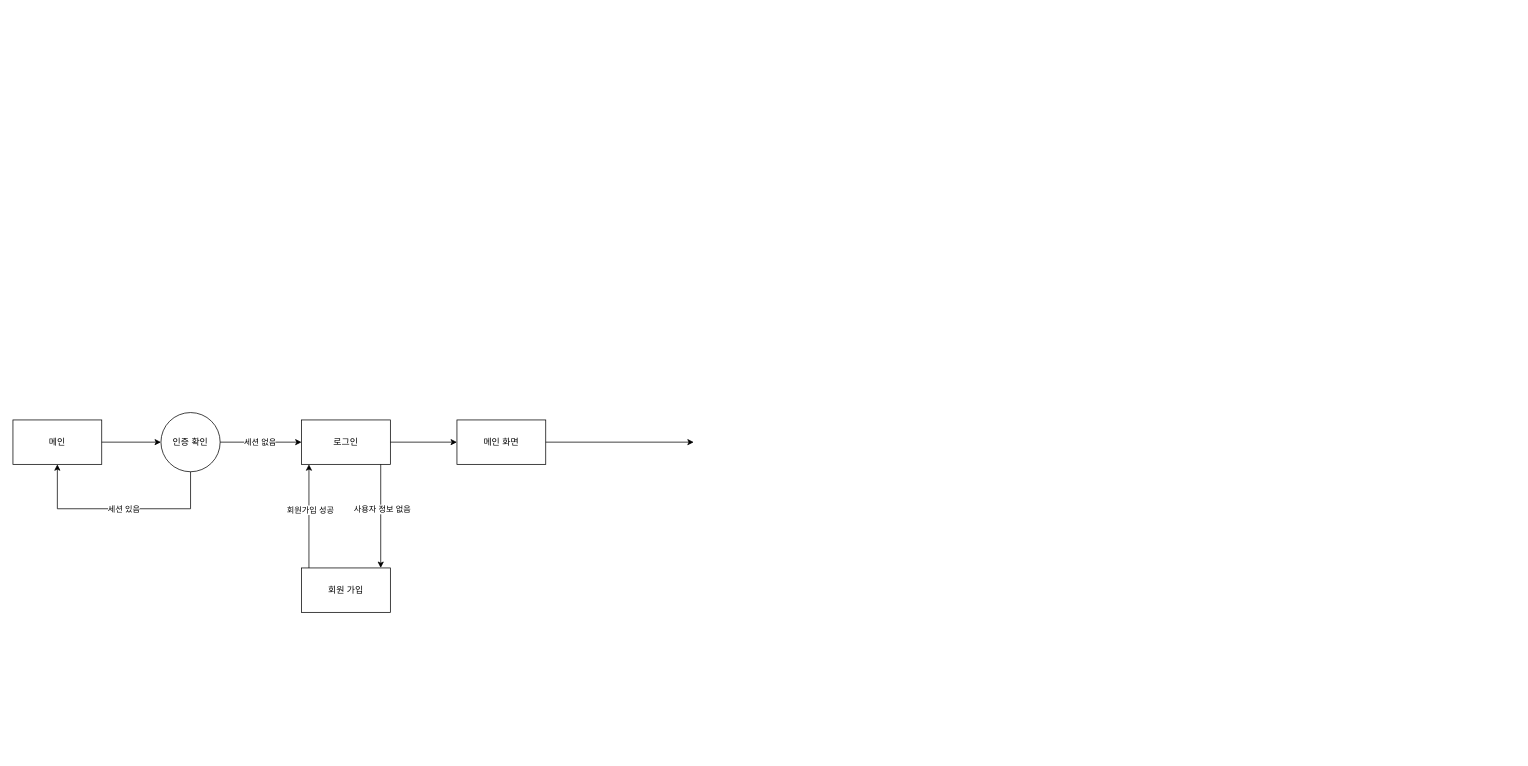
Earlier version of the draw.io diagram 제목 없는 다이어그램.drawio (ordem-yoo/my_diagram). Source tidied: cells renumbered, new cells numbered last; positions are measured from the earlier drawing's top-left corner, leaving out a move shared by most shapes. Both pictures are drawn from the tidied source at 74%, with x=0, y=0 at pixel (13, 412).
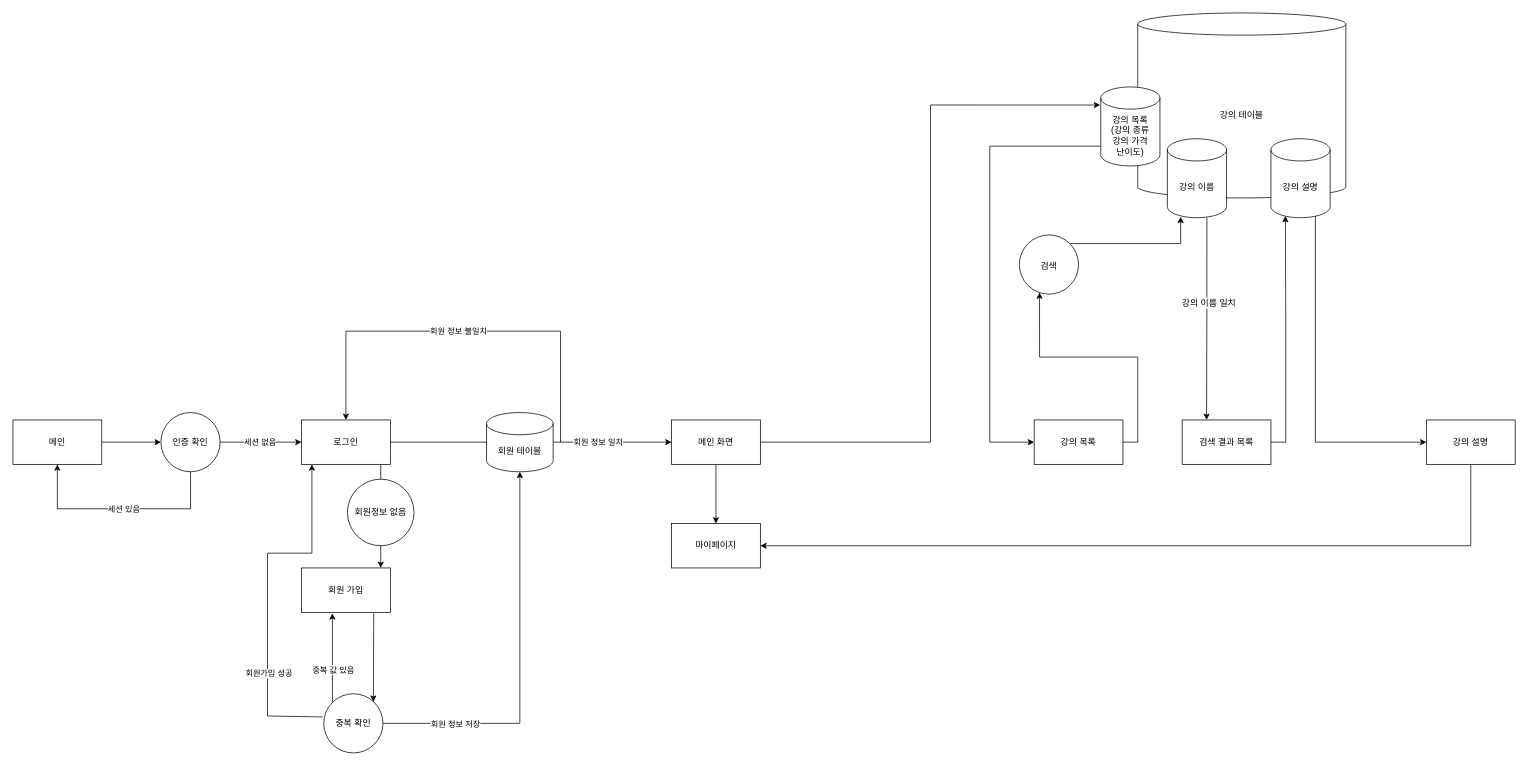
The same diagram, later.

Unchanged cells that the change refers to:
```xml
<mxCell id="3" value="로그인" style="rounded=0;whiteSpace=wrap;html=1;" parent="1" vertex="1">
  <mxGeometry x="390" y="10" width="120" height="60" as="geometry" />
</mxCell>
<mxCell id="4" value="회원 가입" style="rounded=0;whiteSpace=wrap;html=1;" parent="1" vertex="1">
  <mxGeometry x="390" y="210" width="120" height="60" as="geometry" />
</mxCell>
<mxCell id="11" style="endArrow=classic;html=1;rounded=0;exitX=0.5;exitY=1;exitDx=0;exitDy=0;entryX=0.5;entryY=0;entryDx=0;entryDy=0;" parent="1" edge="1">
  <mxGeometry relative="1" as="geometry">
    <mxPoint x="497" y="70" as="sourcePoint" />
    <mxPoint x="497" y="210" as="targetPoint" />
  </mxGeometry>
</mxCell>
```

What changed in the source:
```diff
@@
-    <mxCell id="12" value="사용자 정보 없음" style="edgeLabel;html=1;align=center;verticalAlign=middle;" parent="11" vertex="1">
-      <mxGeometry x="-0.09" y="1" relative="1" as="geometry">
-        <mxPoint y="-4" as="offset" />
-      </mxGeometry>
-    </mxCell>
-    <mxCell id="13" style="endArrow=classic;html=1;rounded=0;exitX=0.25;exitY=0;exitDx=0;exitDy=0;entryX=0.25;entryY=1;entryDx=0;entryDy=0;" parent="1" edge="1">
+    <mxCell id="13" style="endArrow=classic;html=1;rounded=0;entryX=0.25;entryY=1;entryDx=0;entryDy=0;exitX=-0.018;exitY=0.392;exitDx=0;exitDy=0;exitPerimeter=0;" parent="1" edge="1" source="20">
       <mxGeometry relative="1" as="geometry">
-        <mxPoint x="400" y="210" as="sourcePoint" />
-        <mxPoint x="400" y="70" as="targetPoint" />
+        <mxPoint x="404" y="70" as="targetPoint" />
+        <Array as="points">
+          <mxPoint x="344" y="410" />
+          <mxPoint x="344" y="190" />
+          <mxPoint x="404" y="190" />
+        </Array>
       </mxGeometry>
     </mxCell>
     <mxCell id="14" value="회원가입 성공" style="edgeLabel;html=1;align=center;verticalAlign=middle;" parent="13" vertex="1">
-      <mxGeometry x="0.13" y="-1" relative="1" as="geometry" />
+      <mxGeometry x="0.13" y="-1" relative="1" as="geometry">
+        <mxPoint y="136" as="offset" />
+      </mxGeometry>
     </mxCell>
+    <mxCell id="18" style="edgeStyle=orthogonalEdgeStyle;rounded=0;jettySize=auto;html=1;" parent="1" edge="1" source="15" target="41">
+      <mxGeometry relative="1" as="geometry" />
+    </mxCell>
+    <mxCell id="19" style="edgeStyle=orthogonalEdgeStyle;rounded=0;jettySize=auto;html=1;exitX=1;exitY=0.5;exitDx=0;exitDy=0;entryX=-0.01;entryY=0.229;entryDx=0;entryDy=0;entryPerimeter=0;" parent="1" edge="1" source="15" target="45">
+      <mxGeometry relative="1" as="geometry" />
+    </mxCell>
     <mxCell id="15" value="메인 화면" style="rounded=0;whiteSpace=wrap;html=1;" parent="1" vertex="1">
-      <mxGeometry x="600" y="10" width="120" height="60" as="geometry" />
+      <mxGeometry x="890" y="10" width="120" height="60" as="geometry" />
     </mxCell>
+    <mxCell id="20" value="중복 확인" style="ellipse;whiteSpace=wrap;html=1;" parent="1" vertex="1">
+      <mxGeometry x="420" y="380" width="80" height="80" as="geometry" />
+    </mxCell>
+    <mxCell id="21" style="endArrow=classic;html=1;rounded=0;exitX=0.813;exitY=1.022;exitDx=0;exitDy=0;exitPerimeter=0;entryX=0.838;entryY=0.136;entryDx=0;entryDy=0;entryPerimeter=0;" parent="1" edge="1" source="4" target="20">
+      <mxGeometry relative="1" as="geometry" />
+    </mxCell>
+    <mxCell id="22" style="endArrow=classic;html=1;rounded=0;exitX=0;exitY=0;exitDx=0;exitDy=0;entryX=0.347;entryY=1.022;entryDx=0;entryDy=0;entryPerimeter=0;" parent="1" edge="1" source="20" target="4">
+      <mxGeometry relative="1" as="geometry" />
+    </mxCell>
+    <mxCell id="23" value="중복 값 있음" style="edgeLabel;html=1;align=center;verticalAlign=middle;" parent="22" vertex="1">
+      <mxGeometry x="-0.27" y="-1" relative="1" as="geometry" />
+    </mxCell>
@@
-    <mxCell id="17" style="endArrow=classic;html=1;rounded=0;exitX=1;exitY=0.5;exitDx=0;exitDy=0;" parent="1" edge="1" source="15">
-      <mxGeometry relative="1" as="geometry">
-        <mxPoint x="920" y="40" as="targetPoint" />
-      </mxGeometry>
-    </mxCell>
+    <mxCell id="24" value="회원 테이블" style="shape=cylinder3;whiteSpace=wrap;html=1;boundedLbl=1;backgroundOutline=1;size=15;" parent="1" vertex="1">
+      <mxGeometry x="640" width="90" height="80" as="geometry" />
+    </mxCell>
+    <mxCell id="25" style="endArrow=classic;html=1;rounded=0;entryX=0.5;entryY=1;entryDx=0;entryDy=0;entryPerimeter=0;exitX=1;exitY=0.5;exitDx=0;exitDy=0;" parent="1" edge="1" source="20" target="24">
+      <mxGeometry relative="1" as="geometry">
+        <Array as="points">
+          <mxPoint x="685" y="420" />
+        </Array>
+      </mxGeometry>
+    </mxCell>
+    <mxCell id="26" value="회원 정보 저장" style="edgeLabel;html=1;align=center;verticalAlign=middle;" parent="25" vertex="1">
+      <mxGeometry x="-0.62" y="-3" relative="1" as="geometry">
+        <mxPoint x="-3" y="-2" as="offset" />
+      </mxGeometry>
+    </mxCell>
+    <mxCell id="27" style="edgeStyle=orthogonalEdgeStyle;rounded=0;jettySize=auto;html=1;exitX=1;exitY=0.5;exitDx=0;exitDy=0;entryX=0.341;entryY=0.972;entryDx=0;entryDy=0;entryPerimeter=0;fontSize=16;" parent="1" edge="1" source="28" target="47">
+      <mxGeometry relative="1" as="geometry" />
+    </mxCell>
+    <mxCell id="28" value="강의 목록" style="whiteSpace=wrap;html=1;rounded=0;" parent="1" vertex="1">
+      <mxGeometry x="1380" y="10" width="120" height="60" as="geometry" />
+    </mxCell>
+    <mxCell id="29" style="edgeStyle=orthogonalEdgeStyle;rounded=0;jettySize=auto;html=1;exitX=1;exitY=0.5;exitDx=0;exitDy=0;entryX=0.244;entryY=0.977;entryDx=0;entryDy=0;entryPerimeter=0;" parent="1" edge="1" source="30" target="44">
+      <mxGeometry relative="1" as="geometry" />
+    </mxCell>
+    <mxCell id="30" value="검색 결과 목록" style="whiteSpace=wrap;html=1;rounded=0;" parent="1" vertex="1">
+      <mxGeometry x="1580" y="10" width="120" height="60" as="geometry" />
+    </mxCell>
+    <mxCell id="31" style="edgeStyle=orthogonalEdgeStyle;rounded=0;jettySize=auto;html=1;exitX=0.02;exitY=0.763;exitDx=0;exitDy=0;exitPerimeter=0;entryX=0;entryY=0.5;entryDx=0;entryDy=0;" parent="1" edge="1" source="45" target="28">
+      <mxGeometry relative="1" as="geometry">
+        <Array as="points">
+          <mxPoint x="1472" y="-360" />
+          <mxPoint x="1320" y="-360" />
+          <mxPoint x="1320" y="40" />
+        </Array>
+      </mxGeometry>
+    </mxCell>
+    <mxCell id="32" style="edgeStyle=orthogonalEdgeStyle;rounded=0;jettySize=auto;html=1;exitX=0.766;exitY=0.972;exitDx=0;exitDy=0;exitPerimeter=0;entryX=0;entryY=0.5;entryDx=0;entryDy=0;" parent="1" edge="1" source="44" target="36">
+      <mxGeometry relative="1" as="geometry">
+        <Array as="points">
+          <mxPoint x="1760" y="-266" />
+          <mxPoint x="1760" y="40" />
+        </Array>
+      </mxGeometry>
+    </mxCell>
+    <mxCell id="33" style="edgeStyle=orthogonalEdgeStyle;rounded=0;jettySize=auto;html=1;exitX=0.668;exitY=0.999;exitDx=0;exitDy=0;exitPerimeter=0;" parent="1" edge="1" source="43">
+      <mxGeometry relative="1" as="geometry">
+        <mxPoint x="1613" y="10" as="targetPoint" />
+        <Array as="points">
+          <mxPoint x="1613" y="-140" />
+          <mxPoint x="1613" y="10" />
+        </Array>
+      </mxGeometry>
+    </mxCell>
+    <mxCell id="34" value="강의 이름 일치" style="edgeLabel;html=1;align=center;verticalAlign=middle;fontSize=12;" parent="33" vertex="1">
+      <mxGeometry x="-0.16" y="2" relative="1" as="geometry" />
+    </mxCell>
+    <mxCell id="35" value="강의 테이블" style="shape=cylinder3;whiteSpace=wrap;html=1;boundedLbl=1;backgroundOutline=1;size=15;" parent="1" vertex="1">
+      <mxGeometry x="1520" y="-540" width="281.2" height="250" as="geometry" />
+    </mxCell>
+    <mxCell id="36" value="강의 설명" style="whiteSpace=wrap;html=1;rounded=0;" parent="1" vertex="1">
+      <mxGeometry x="1910" y="10" width="120" height="60" as="geometry" />
+    </mxCell>
+    <mxCell id="37" style="endArrow=classic;html=1;rounded=0;entryX=0.5;entryY=0;entryDx=0;entryDy=0;" parent="1" edge="1" target="3">
+      <mxGeometry relative="1" as="geometry">
+        <mxPoint x="740" y="40" as="sourcePoint" />
+        <Array as="points">
+          <mxPoint x="740" y="-110" />
+          <mxPoint x="450" y="-110" />
+        </Array>
+      </mxGeometry>
+    </mxCell>
+    <mxCell id="38" value="회원 정보 불일치" style="edgeLabel;html=1;align=center;verticalAlign=middle;" parent="37" vertex="1">
+      <mxGeometry x="0.15" y="-1" relative="1" as="geometry">
+        <mxPoint x="33" as="offset" />
+      </mxGeometry>
+    </mxCell>
+    <mxCell id="39" value="회원 정보 일치" style="edgeLabel;html=1;align=center;verticalAlign=middle;" parent="1" vertex="1">
+      <mxGeometry x="790" y="40" as="geometry" />
+    </mxCell>
+    <mxCell id="40" value="회원정보 없음" style="ellipse;whiteSpace=wrap;html=1;" parent="1" vertex="1">
+      <mxGeometry x="452" y="90" width="90" height="90" as="geometry" />
+    </mxCell>
+    <mxCell id="41" value="마이페이지" style="rounded=0;whiteSpace=wrap;html=1;" parent="1" vertex="1">
+      <mxGeometry x="890" y="150" width="120" height="60" as="geometry" />
+    </mxCell>
+    <mxCell id="42" style="endArrow=classic;html=1;rounded=0;exitX=0.5;exitY=1;exitDx=0;exitDy=0;entryX=1;entryY=0.5;entryDx=0;entryDy=0;" parent="1" edge="1" source="36" target="41">
+      <mxGeometry relative="1" as="geometry">
+        <Array as="points">
+          <mxPoint x="1970" y="180" />
+        </Array>
+      </mxGeometry>
+    </mxCell>
+    <mxCell id="43" value="강의 이름" style="shape=cylinder3;whiteSpace=wrap;html=1;boundedLbl=1;backgroundOutline=1;size=15;" parent="1" vertex="1">
+      <mxGeometry x="1560" y="-370" width="80" height="106.7" as="geometry" />
+    </mxCell>
+    <mxCell id="44" value="강의 설명" style="shape=cylinder3;whiteSpace=wrap;html=1;boundedLbl=1;backgroundOutline=1;size=15;" parent="1" vertex="1">
+      <mxGeometry x="1700" y="-370" width="80" height="106.7" as="geometry" />
+    </mxCell>
+    <mxCell id="45" value="강의 목록&lt;br&gt;(강의 종류&lt;br&gt;강의 가격&lt;br&gt;난이도)" style="shape=cylinder3;whiteSpace=wrap;html=1;boundedLbl=1;backgroundOutline=1;size=15;" parent="1" vertex="1">
+      <mxGeometry x="1470" y="-440" width="80" height="106.7" as="geometry" />
+    </mxCell>
+    <mxCell id="46" style="edgeStyle=orthogonalEdgeStyle;rounded=0;jettySize=auto;html=1;exitX=1;exitY=0;exitDx=0;exitDy=0;entryX=0.225;entryY=0.989;entryDx=0;entryDy=0;entryPerimeter=0;fontSize=16;" parent="1" edge="1" source="47" target="43">
+      <mxGeometry relative="1" as="geometry" />
+    </mxCell>
+    <mxCell id="47" value="&lt;span style=&quot;font-size: 12px;&quot;&gt;검색&lt;/span&gt;" style="ellipse;whiteSpace=wrap;html=1;fontSize=16;" parent="1" vertex="1">
+      <mxGeometry x="1360" y="-240" width="80" height="80" as="geometry" />
+    </mxCell>
```
